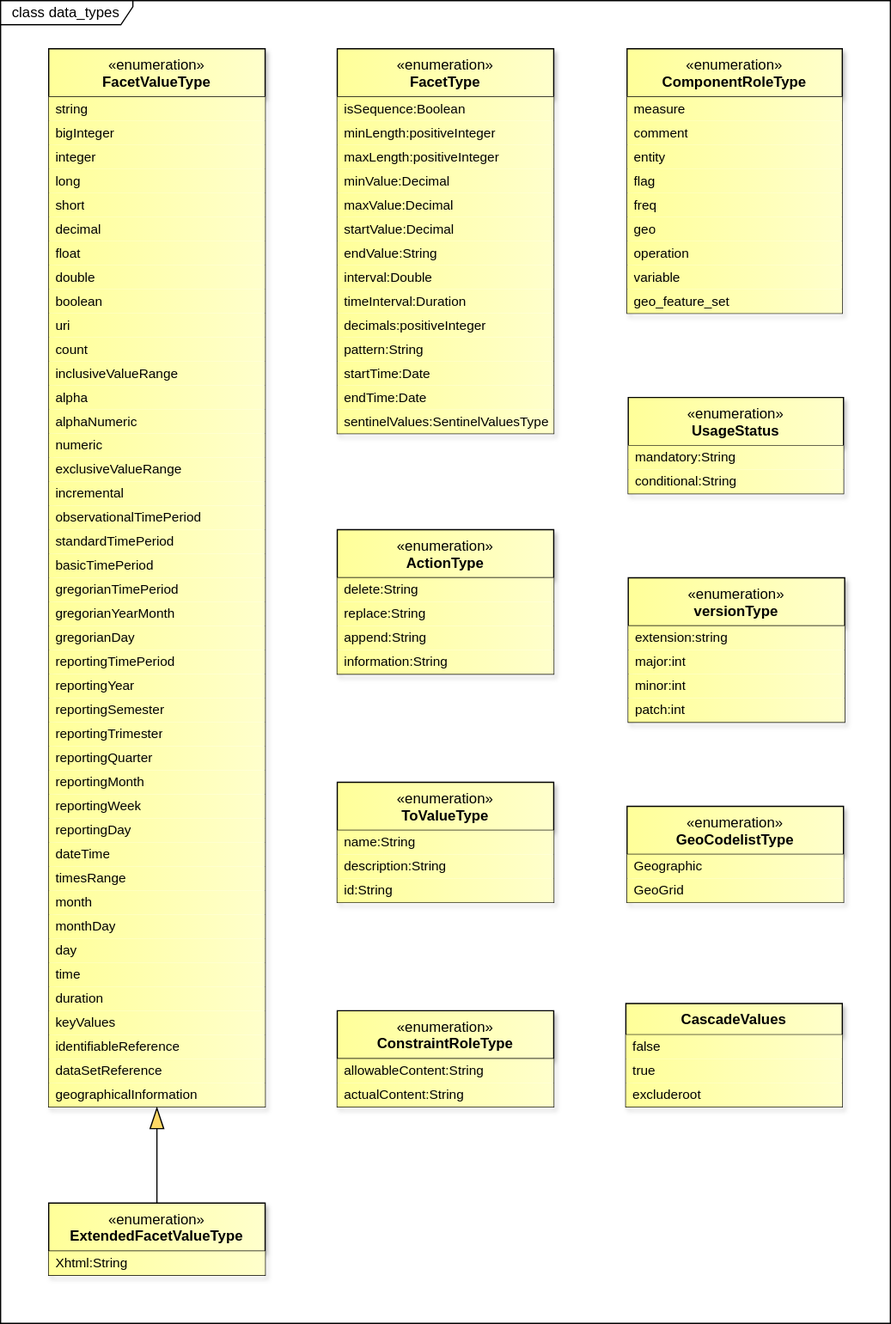
dosse/sdmx-im keeps this draw.io diagram as docs/information_model/media/sdmx_base-data_types.svg. Above is the earlier version. Source tidied: cells renumbered, new cells last; positions are measured from the earlier drawing's top-left corner, leaving out a move shared by most shapes.
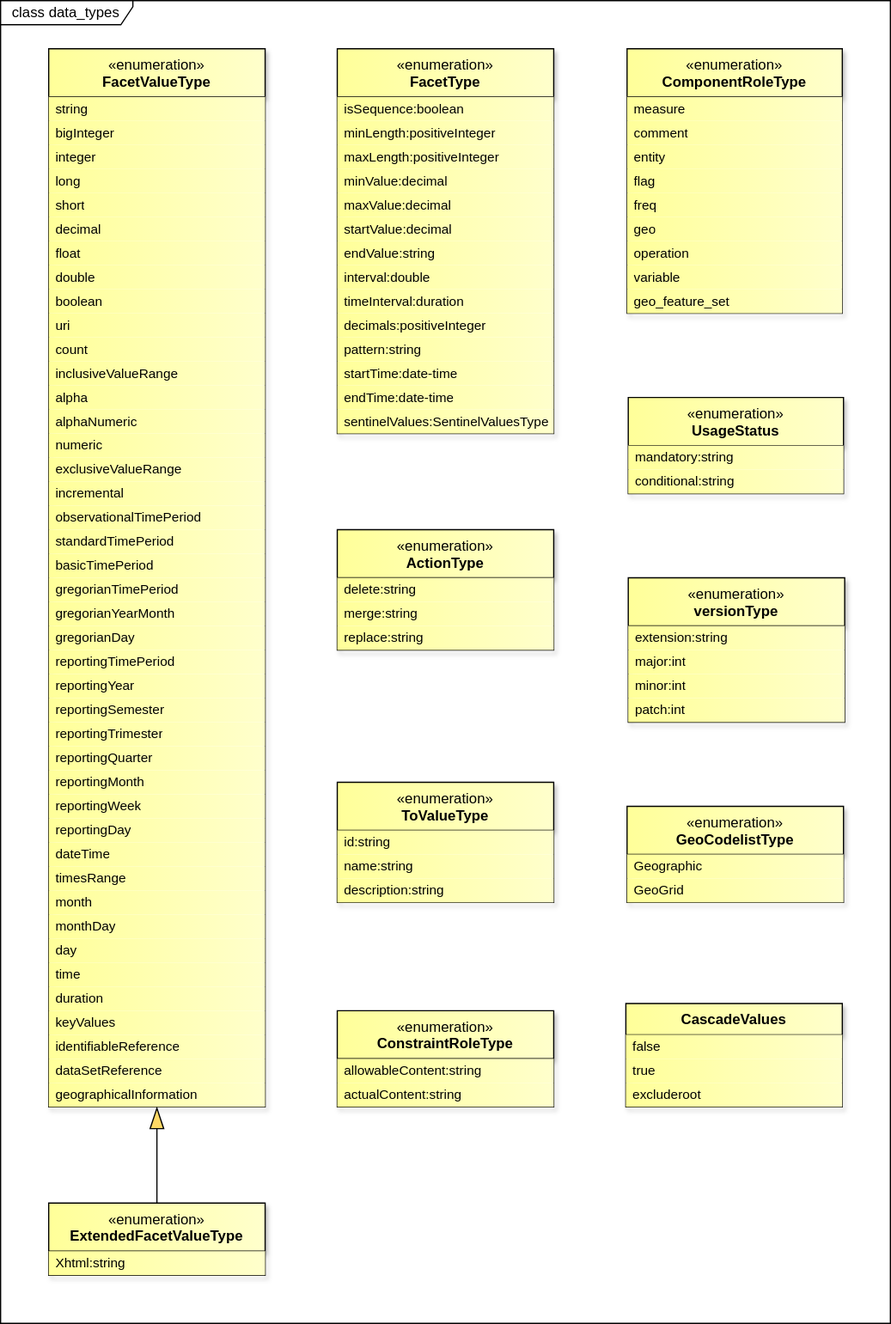
After the change.

Commit message:
https://github.com/sdmx-twg/sdmx-im/issues/1

Change to the diagram source:
```diff
@@ -139,6 +139,6 @@
     </mxCell>
-    <mxCell id="47" value="mandatory:String" style="text;strokeColor=none;fillColor=light-dark(#FFFF99,#FFFF99);align=left;verticalAlign=middle;spacingLeft=4;spacingRight=4;overflow=hidden;whiteSpace=wrap;html=1;fontFamily=Helvetica;fontSize=11;fontColor=light-dark(#000000,#000000);gradientColor=light-dark(#FFFFCC,#FFFFCC);gradientDirection=east;" parent="46" vertex="1">
+    <mxCell id="47" value="mandatory:string" style="text;strokeColor=none;fillColor=light-dark(#FFFF99,#FFFF99);align=left;verticalAlign=middle;spacingLeft=4;spacingRight=4;overflow=hidden;whiteSpace=wrap;html=1;fontFamily=Helvetica;fontSize=11;fontColor=light-dark(#000000,#000000);gradientColor=light-dark(#FFFFCC,#FFFFCC);gradientDirection=east;" parent="46" vertex="1">
       <mxGeometry y="40" width="179" height="20" as="geometry" />
     </mxCell>
-    <mxCell id="48" value="conditional:String" style="text;strokeColor=none;fillColor=light-dark(#FFFF99,#FFFF99);align=left;verticalAlign=middle;spacingLeft=4;spacingRight=4;overflow=hidden;whiteSpace=wrap;html=1;fontFamily=Helvetica;fontSize=11;fontColor=light-dark(#000000,#000000);gradientColor=light-dark(#FFFFCC,#FFFFCC);gradientDirection=east;" parent="46" vertex="1">
+    <mxCell id="48" value="conditional:string" style="text;strokeColor=none;fillColor=light-dark(#FFFF99,#FFFF99);align=left;verticalAlign=middle;spacingLeft=4;spacingRight=4;overflow=hidden;whiteSpace=wrap;html=1;fontFamily=Helvetica;fontSize=11;fontColor=light-dark(#000000,#000000);gradientColor=light-dark(#FFFFCC,#FFFFCC);gradientDirection=east;" parent="46" vertex="1">
       <mxGeometry y="60" width="179" height="20" as="geometry" />
@@ -148,3 +148,3 @@
     </mxCell>
-    <mxCell id="50" value="isSequence:Boolean" style="text;strokeColor=none;fillColor=light-dark(#FFFF99,#FFFF99);align=left;verticalAlign=middle;spacingLeft=4;spacingRight=4;overflow=hidden;whiteSpace=wrap;html=1;fontFamily=Helvetica;fontSize=11;fontColor=light-dark(#000000,#000000);gradientColor=light-dark(#FFFFCC,#FFFFCC);gradientDirection=east;" parent="49" vertex="1">
+    <mxCell id="50" value="isSequence:boolean" style="text;strokeColor=none;fillColor=light-dark(#FFFF99,#FFFF99);align=left;verticalAlign=middle;spacingLeft=4;spacingRight=4;overflow=hidden;whiteSpace=wrap;html=1;fontFamily=Helvetica;fontSize=11;fontColor=light-dark(#000000,#000000);gradientColor=light-dark(#FFFFCC,#FFFFCC);gradientDirection=east;" parent="49" vertex="1">
       <mxGeometry y="40" width="180" height="20" as="geometry" />
@@ -157,18 +157,18 @@
     </mxCell>
-    <mxCell id="53" value="minValue:Decimal" style="text;strokeColor=none;fillColor=light-dark(#FFFF99,#FFFF99);align=left;verticalAlign=middle;spacingLeft=4;spacingRight=4;overflow=hidden;whiteSpace=wrap;html=1;fontFamily=Helvetica;fontSize=11;fontColor=light-dark(#000000,#000000);gradientColor=light-dark(#FFFFCC,#FFFFCC);gradientDirection=east;" parent="49" vertex="1">
+    <mxCell id="53" value="minValue:decimal" style="text;strokeColor=none;fillColor=light-dark(#FFFF99,#FFFF99);align=left;verticalAlign=middle;spacingLeft=4;spacingRight=4;overflow=hidden;whiteSpace=wrap;html=1;fontFamily=Helvetica;fontSize=11;fontColor=light-dark(#000000,#000000);gradientColor=light-dark(#FFFFCC,#FFFFCC);gradientDirection=east;" parent="49" vertex="1">
       <mxGeometry y="100" width="180" height="20" as="geometry" />
     </mxCell>
-    <mxCell id="54" value="maxValue:Decimal" style="text;strokeColor=none;fillColor=light-dark(#FFFF99,#FFFF99);align=left;verticalAlign=middle;spacingLeft=4;spacingRight=4;overflow=hidden;whiteSpace=wrap;html=1;fontFamily=Helvetica;fontSize=11;fontColor=light-dark(#000000,#000000);gradientColor=light-dark(#FFFFCC,#FFFFCC);gradientDirection=east;" parent="49" vertex="1">
+    <mxCell id="54" value="maxValue:decimal" style="text;strokeColor=none;fillColor=light-dark(#FFFF99,#FFFF99);align=left;verticalAlign=middle;spacingLeft=4;spacingRight=4;overflow=hidden;whiteSpace=wrap;html=1;fontFamily=Helvetica;fontSize=11;fontColor=light-dark(#000000,#000000);gradientColor=light-dark(#FFFFCC,#FFFFCC);gradientDirection=east;" parent="49" vertex="1">
       <mxGeometry y="120" width="180" height="20" as="geometry" />
     </mxCell>
-    <mxCell id="55" value="startValue:Decimal" style="text;strokeColor=none;fillColor=light-dark(#FFFF99,#FFFF99);align=left;verticalAlign=middle;spacingLeft=4;spacingRight=4;overflow=hidden;whiteSpace=wrap;html=1;fontFamily=Helvetica;fontSize=11;fontColor=light-dark(#000000,#000000);gradientColor=light-dark(#FFFFCC,#FFFFCC);gradientDirection=east;" parent="49" vertex="1">
+    <mxCell id="55" value="startValue:decimal" style="text;strokeColor=none;fillColor=light-dark(#FFFF99,#FFFF99);align=left;verticalAlign=middle;spacingLeft=4;spacingRight=4;overflow=hidden;whiteSpace=wrap;html=1;fontFamily=Helvetica;fontSize=11;fontColor=light-dark(#000000,#000000);gradientColor=light-dark(#FFFFCC,#FFFFCC);gradientDirection=east;" parent="49" vertex="1">
       <mxGeometry y="140" width="180" height="20" as="geometry" />
     </mxCell>
-    <mxCell id="56" value="endValue:String" style="text;strokeColor=none;fillColor=light-dark(#FFFF99,#FFFF99);align=left;verticalAlign=middle;spacingLeft=4;spacingRight=4;overflow=hidden;whiteSpace=wrap;html=1;fontFamily=Helvetica;fontSize=11;fontColor=light-dark(#000000,#000000);gradientColor=light-dark(#FFFFCC,#FFFFCC);gradientDirection=east;" parent="49" vertex="1">
+    <mxCell id="56" value="endValue:string" style="text;strokeColor=none;fillColor=light-dark(#FFFF99,#FFFF99);align=left;verticalAlign=middle;spacingLeft=4;spacingRight=4;overflow=hidden;whiteSpace=wrap;html=1;fontFamily=Helvetica;fontSize=11;fontColor=light-dark(#000000,#000000);gradientColor=light-dark(#FFFFCC,#FFFFCC);gradientDirection=east;" parent="49" vertex="1">
       <mxGeometry y="160" width="180" height="20" as="geometry" />
     </mxCell>
-    <mxCell id="57" value="interval:Double" style="text;strokeColor=none;fillColor=light-dark(#FFFF99,#FFFF99);align=left;verticalAlign=middle;spacingLeft=4;spacingRight=4;overflow=hidden;whiteSpace=wrap;html=1;fontFamily=Helvetica;fontSize=11;fontColor=light-dark(#000000,#000000);gradientColor=light-dark(#FFFFCC,#FFFFCC);gradientDirection=east;" parent="49" vertex="1">
+    <mxCell id="57" value="interval:double" style="text;strokeColor=none;fillColor=light-dark(#FFFF99,#FFFF99);align=left;verticalAlign=middle;spacingLeft=4;spacingRight=4;overflow=hidden;whiteSpace=wrap;html=1;fontFamily=Helvetica;fontSize=11;fontColor=light-dark(#000000,#000000);gradientColor=light-dark(#FFFFCC,#FFFFCC);gradientDirection=east;" parent="49" vertex="1">
       <mxGeometry y="180" width="180" height="20" as="geometry" />
     </mxCell>
-    <mxCell id="58" value="timeInterval:Duration" style="text;strokeColor=none;fillColor=light-dark(#FFFF99,#FFFF99);align=left;verticalAlign=middle;spacingLeft=4;spacingRight=4;overflow=hidden;whiteSpace=wrap;html=1;fontFamily=Helvetica;fontSize=11;fontColor=light-dark(#000000,#000000);gradientColor=light-dark(#FFFFCC,#FFFFCC);gradientDirection=east;" parent="49" vertex="1">
+    <mxCell id="58" value="timeInterval:duration" style="text;strokeColor=none;fillColor=light-dark(#FFFF99,#FFFF99);align=left;verticalAlign=middle;spacingLeft=4;spacingRight=4;overflow=hidden;whiteSpace=wrap;html=1;fontFamily=Helvetica;fontSize=11;fontColor=light-dark(#000000,#000000);gradientColor=light-dark(#FFFFCC,#FFFFCC);gradientDirection=east;" parent="49" vertex="1">
       <mxGeometry y="200" width="180" height="20" as="geometry" />
@@ -178,9 +178,9 @@
     </mxCell>
-    <mxCell id="60" value="pattern:String" style="text;strokeColor=none;fillColor=light-dark(#FFFF99,#FFFF99);align=left;verticalAlign=middle;spacingLeft=4;spacingRight=4;overflow=hidden;whiteSpace=wrap;html=1;fontFamily=Helvetica;fontSize=11;fontColor=light-dark(#000000,#000000);gradientColor=light-dark(#FFFFCC,#FFFFCC);gradientDirection=east;" parent="49" vertex="1">
+    <mxCell id="60" value="pattern:string" style="text;strokeColor=none;fillColor=light-dark(#FFFF99,#FFFF99);align=left;verticalAlign=middle;spacingLeft=4;spacingRight=4;overflow=hidden;whiteSpace=wrap;html=1;fontFamily=Helvetica;fontSize=11;fontColor=light-dark(#000000,#000000);gradientColor=light-dark(#FFFFCC,#FFFFCC);gradientDirection=east;" parent="49" vertex="1">
       <mxGeometry y="240" width="180" height="20" as="geometry" />
     </mxCell>
-    <mxCell id="61" value="startTime:Date" style="text;strokeColor=none;fillColor=light-dark(#FFFF99,#FFFF99);align=left;verticalAlign=middle;spacingLeft=4;spacingRight=4;overflow=hidden;whiteSpace=wrap;html=1;fontFamily=Helvetica;fontSize=11;fontColor=light-dark(#000000,#000000);gradientColor=light-dark(#FFFFCC,#FFFFCC);gradientDirection=east;" parent="49" vertex="1">
+    <mxCell id="61" value="startTime:date-time" style="text;strokeColor=none;fillColor=light-dark(#FFFF99,#FFFF99);align=left;verticalAlign=middle;spacingLeft=4;spacingRight=4;overflow=hidden;whiteSpace=wrap;html=1;fontFamily=Helvetica;fontSize=11;fontColor=light-dark(#000000,#000000);gradientColor=light-dark(#FFFFCC,#FFFFCC);gradientDirection=east;" parent="49" vertex="1">
       <mxGeometry y="260" width="180" height="20" as="geometry" />
     </mxCell>
-    <mxCell id="62" value="endTime:Date" style="text;strokeColor=none;fillColor=light-dark(#FFFF99,#FFFF99);align=left;verticalAlign=middle;spacingLeft=4;spacingRight=4;overflow=hidden;whiteSpace=wrap;html=1;fontFamily=Helvetica;fontSize=11;fontColor=light-dark(#000000,#000000);gradientColor=light-dark(#FFFFCC,#FFFFCC);gradientDirection=east;" parent="49" vertex="1">
+    <mxCell id="62" value="endTime:date-time" style="text;strokeColor=none;fillColor=light-dark(#FFFF99,#FFFF99);align=left;verticalAlign=middle;spacingLeft=4;spacingRight=4;overflow=hidden;whiteSpace=wrap;html=1;fontFamily=Helvetica;fontSize=11;fontColor=light-dark(#000000,#000000);gradientColor=light-dark(#FFFFCC,#FFFFCC);gradientDirection=east;" parent="49" vertex="1">
       <mxGeometry y="280" width="180" height="20" as="geometry" />
@@ -208,6 +208,6 @@
     </mxCell>
-    <mxCell id="70" value="allowableContent:String" style="text;strokeColor=none;fillColor=light-dark(#FFFF99,#FFFF99);align=left;verticalAlign=middle;spacingLeft=4;spacingRight=4;overflow=hidden;whiteSpace=wrap;html=1;fontFamily=Helvetica;fontSize=11;fontColor=light-dark(#000000,#000000);gradientColor=light-dark(#FFFFCC,#FFFFCC);gradientDirection=east;" parent="69" vertex="1">
+    <mxCell id="70" value="allowableContent:string" style="text;strokeColor=none;fillColor=light-dark(#FFFF99,#FFFF99);align=left;verticalAlign=middle;spacingLeft=4;spacingRight=4;overflow=hidden;whiteSpace=wrap;html=1;fontFamily=Helvetica;fontSize=11;fontColor=light-dark(#000000,#000000);gradientColor=light-dark(#FFFFCC,#FFFFCC);gradientDirection=east;" parent="69" vertex="1">
       <mxGeometry y="40" width="180" height="20" as="geometry" />
     </mxCell>
-    <mxCell id="71" value="actualContent:String" style="text;strokeColor=none;fillColor=light-dark(#FFFF99,#FFFF99);align=left;verticalAlign=middle;spacingLeft=4;spacingRight=4;overflow=hidden;whiteSpace=wrap;html=1;fontFamily=Helvetica;fontSize=11;fontColor=light-dark(#000000,#000000);gradientColor=light-dark(#FFFFCC,#FFFFCC);gradientDirection=east;" parent="69" vertex="1">
+    <mxCell id="71" value="actualContent:string" style="text;strokeColor=none;fillColor=light-dark(#FFFF99,#FFFF99);align=left;verticalAlign=middle;spacingLeft=4;spacingRight=4;overflow=hidden;whiteSpace=wrap;html=1;fontFamily=Helvetica;fontSize=11;fontColor=light-dark(#000000,#000000);gradientColor=light-dark(#FFFFCC,#FFFFCC);gradientDirection=east;" parent="69" vertex="1">
       <mxGeometry y="60" width="180" height="20" as="geometry" />
@@ -259,3 +259,3 @@
     </mxCell>
-    <mxCell id="87" value="Xhtml:String" style="text;strokeColor=none;fillColor=light-dark(#FFFF99,#FFFF99);align=left;verticalAlign=middle;spacingLeft=4;spacingRight=4;overflow=hidden;whiteSpace=wrap;html=1;fontFamily=Helvetica;fontSize=11;fontColor=light-dark(#000000,#000000);gradientColor=light-dark(#FFFFCC,#FFFFCC);gradientDirection=east;" parent="86" vertex="1">
+    <mxCell id="87" value="Xhtml:string" style="text;strokeColor=none;fillColor=light-dark(#FFFF99,#FFFF99);align=left;verticalAlign=middle;spacingLeft=4;spacingRight=4;overflow=hidden;whiteSpace=wrap;html=1;fontFamily=Helvetica;fontSize=11;fontColor=light-dark(#000000,#000000);gradientColor=light-dark(#FFFFCC,#FFFFCC);gradientDirection=east;" parent="86" vertex="1">
       <mxGeometry y="40" width="180" height="20" as="geometry" />
@@ -265,26 +265,23 @@
     </mxCell>
+    <mxCell id="91" value="id:string" style="text;strokeColor=none;fillColor=light-dark(#FFFF99,#FFFF99);align=left;verticalAlign=middle;spacingLeft=4;spacingRight=4;overflow=hidden;whiteSpace=wrap;html=1;fontFamily=Helvetica;fontSize=11;fontColor=light-dark(#000000,#000000);gradientColor=light-dark(#FFFFCC,#FFFFCC);gradientDirection=east;" parent="88" vertex="1">
+      <mxGeometry y="40" width="180" height="20" as="geometry" />
+    </mxCell>
-    <mxCell id="89" value="name:String" style="text;strokeColor=none;fillColor=light-dark(#FFFF99,#FFFF99);align=left;verticalAlign=middle;spacingLeft=4;spacingRight=4;overflow=hidden;whiteSpace=wrap;html=1;fontFamily=Helvetica;fontSize=11;fontColor=light-dark(#000000,#000000);gradientColor=light-dark(#FFFFCC,#FFFFCC);gradientDirection=east;" parent="88" vertex="1">
-      <mxGeometry y="40" width="180" height="20" as="geometry" />
+    <mxCell id="89" value="name:string" style="text;strokeColor=none;fillColor=light-dark(#FFFF99,#FFFF99);align=left;verticalAlign=middle;spacingLeft=4;spacingRight=4;overflow=hidden;whiteSpace=wrap;html=1;fontFamily=Helvetica;fontSize=11;fontColor=light-dark(#000000,#000000);gradientColor=light-dark(#FFFFCC,#FFFFCC);gradientDirection=east;" parent="88" vertex="1">
+      <mxGeometry y="60" width="180" height="20" as="geometry" />
     </mxCell>
-    <mxCell id="90" value="description:String" style="text;strokeColor=none;fillColor=light-dark(#FFFF99,#FFFF99);align=left;verticalAlign=middle;spacingLeft=4;spacingRight=4;overflow=hidden;whiteSpace=wrap;html=1;fontFamily=Helvetica;fontSize=11;fontColor=light-dark(#000000,#000000);gradientColor=light-dark(#FFFFCC,#FFFFCC);gradientDirection=east;" parent="88" vertex="1">
-      <mxGeometry y="60" width="180" height="20" as="geometry" />
+    <mxCell id="90" value="description:string" style="text;strokeColor=none;fillColor=light-dark(#FFFF99,#FFFF99);align=left;verticalAlign=middle;spacingLeft=4;spacingRight=4;overflow=hidden;whiteSpace=wrap;html=1;fontFamily=Helvetica;fontSize=11;fontColor=light-dark(#000000,#000000);gradientColor=light-dark(#FFFFCC,#FFFFCC);gradientDirection=east;" parent="88" vertex="1">
+      <mxGeometry y="80" width="180" height="20" as="geometry" />
     </mxCell>
-    <mxCell id="91" value="id:String" style="text;strokeColor=none;fillColor=light-dark(#FFFF99,#FFFF99);align=left;verticalAlign=middle;spacingLeft=4;spacingRight=4;overflow=hidden;whiteSpace=wrap;html=1;fontFamily=Helvetica;fontSize=11;fontColor=light-dark(#000000,#000000);gradientColor=light-dark(#FFFFCC,#FFFFCC);gradientDirection=east;" parent="88" vertex="1">
-      <mxGeometry y="80" width="180" height="20" as="geometry" />
-    </mxCell>
     <mxCell id="92" value="&lt;span style=&quot;font-weight: normal;&quot;&gt;«enumeration»&lt;/span&gt;&lt;br&gt;ActionType" style="swimlane;fontStyle=1;align=center;verticalAlign=top;horizontal=1;startSize=40;whiteSpace=wrap;html=1;fillColor=light-dark(#FFFF99,#FFFF99);strokeColor=light-dark(#000000,#000000);gradientDirection=east;swimlaneLine=1;fontColor=light-dark(#000000,#000000);labelBackgroundColor=none;textShadow=0;gradientColor=light-dark(#FFFFCC,#FFFFCC);shadow=1;" parent="1" vertex="1">
-      <mxGeometry x="280" y="440" width="180" height="120" as="geometry" />
+      <mxGeometry x="280" y="440" width="180" height="100" as="geometry" />
     </mxCell>
-    <mxCell id="93" value="delete:String" style="text;strokeColor=none;fillColor=light-dark(#FFFF99,#FFFF99);align=left;verticalAlign=middle;spacingLeft=4;spacingRight=4;overflow=hidden;whiteSpace=wrap;html=1;fontFamily=Helvetica;fontSize=11;fontColor=light-dark(#000000,#000000);gradientColor=light-dark(#FFFFCC,#FFFFCC);gradientDirection=east;" parent="92" vertex="1">
+    <mxCell id="93" value="delete:string" style="text;strokeColor=none;fillColor=light-dark(#FFFF99,#FFFF99);align=left;verticalAlign=middle;spacingLeft=4;spacingRight=4;overflow=hidden;whiteSpace=wrap;html=1;fontFamily=Helvetica;fontSize=11;fontColor=light-dark(#000000,#000000);gradientColor=light-dark(#FFFFCC,#FFFFCC);gradientDirection=east;" parent="92" vertex="1">
       <mxGeometry y="40" width="180" height="20" as="geometry" />
     </mxCell>
+    <mxCell id="95" value="merge:string" style="text;strokeColor=none;fillColor=light-dark(#FFFF99,#FFFF99);align=left;verticalAlign=middle;spacingLeft=4;spacingRight=4;overflow=hidden;whiteSpace=wrap;html=1;fontFamily=Helvetica;fontSize=11;fontColor=light-dark(#000000,#000000);gradientColor=light-dark(#FFFFCC,#FFFFCC);gradientDirection=east;" parent="92" vertex="1">
+      <mxGeometry y="60" width="180" height="20" as="geometry" />
+    </mxCell>
-    <mxCell id="94" value="replace:String" style="text;strokeColor=none;fillColor=light-dark(#FFFF99,#FFFF99);align=left;verticalAlign=middle;spacingLeft=4;spacingRight=4;overflow=hidden;whiteSpace=wrap;html=1;fontFamily=Helvetica;fontSize=11;fontColor=light-dark(#000000,#000000);gradientColor=light-dark(#FFFFCC,#FFFFCC);gradientDirection=east;" parent="92" vertex="1">
-      <mxGeometry y="60" width="180" height="20" as="geometry" />
+    <mxCell id="94" value="replace:string" style="text;strokeColor=none;fillColor=light-dark(#FFFF99,#FFFF99);align=left;verticalAlign=middle;spacingLeft=4;spacingRight=4;overflow=hidden;whiteSpace=wrap;html=1;fontFamily=Helvetica;fontSize=11;fontColor=light-dark(#000000,#000000);gradientColor=light-dark(#FFFFCC,#FFFFCC);gradientDirection=east;" parent="92" vertex="1">
+      <mxGeometry y="80" width="180" height="20" as="geometry" />
     </mxCell>
-    <mxCell id="95" value="append:String" style="text;strokeColor=none;fillColor=light-dark(#FFFF99,#FFFF99);align=left;verticalAlign=middle;spacingLeft=4;spacingRight=4;overflow=hidden;whiteSpace=wrap;html=1;fontFamily=Helvetica;fontSize=11;fontColor=light-dark(#000000,#000000);gradientColor=light-dark(#FFFFCC,#FFFFCC);gradientDirection=east;" parent="92" vertex="1">
-      <mxGeometry y="80" width="180" height="20" as="geometry" />
-    </mxCell>
-    <mxCell id="96" value="information:String" style="text;strokeColor=none;fillColor=light-dark(#FFFF99,#FFFF99);align=left;verticalAlign=middle;spacingLeft=4;spacingRight=4;overflow=hidden;whiteSpace=wrap;html=1;fontFamily=Helvetica;fontSize=11;fontColor=light-dark(#000000,#000000);gradientColor=light-dark(#FFFFCC,#FFFFCC);gradientDirection=east;" parent="92" vertex="1">
-      <mxGeometry y="100" width="180" height="20" as="geometry" />
-    </mxCell>
     <mxCell id="97" value="&lt;span style=&quot;font-weight: normal;&quot;&gt;«enumeration»&lt;/span&gt;&lt;br&gt;GeoCodelistType" style="swimlane;fontStyle=1;align=center;verticalAlign=top;horizontal=1;startSize=40;whiteSpace=wrap;html=1;fillColor=light-dark(#FFFF99,#FFFF99);strokeColor=light-dark(#000000,#000000);gradientDirection=east;swimlaneLine=1;fontColor=light-dark(#000000,#000000);labelBackgroundColor=none;textShadow=0;gradientColor=light-dark(#FFFFCC,#FFFFCC);shadow=1;" parent="1" vertex="1">
```
